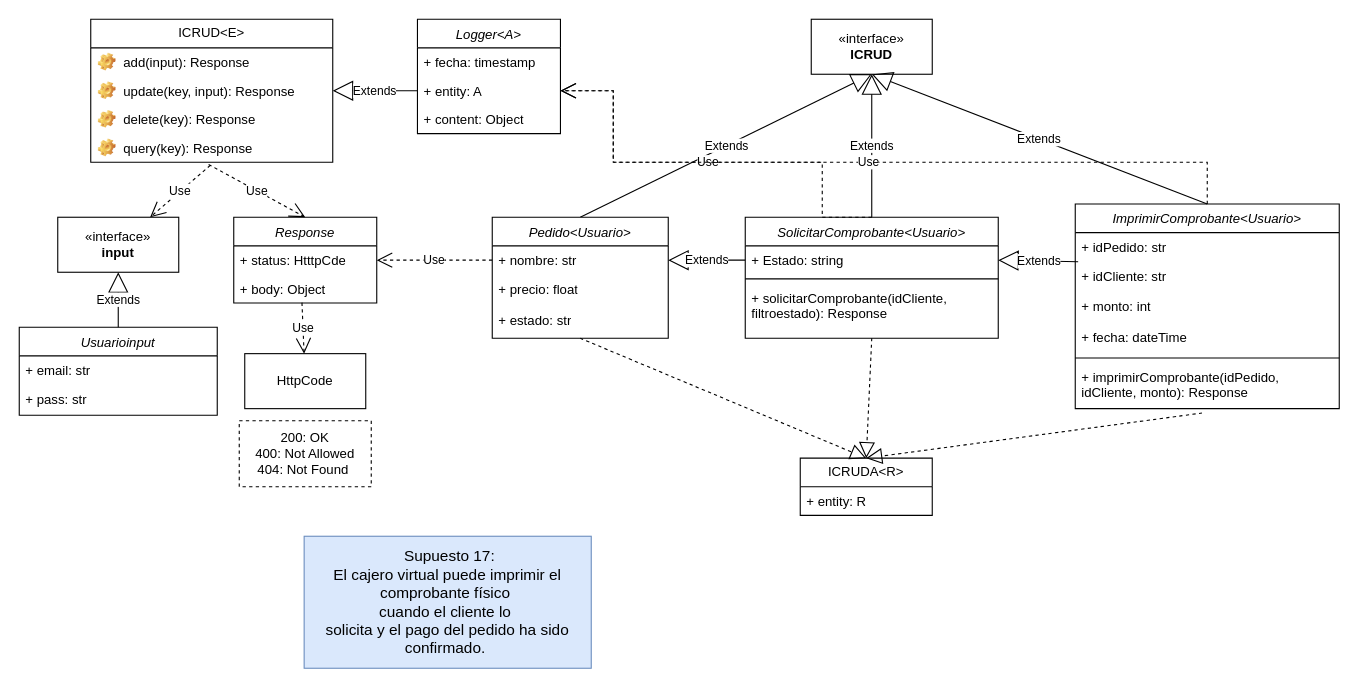
Above: Front-End_Sprint/Diagrama Supuesto17.drawio in Giggin-html/dwm4 (draw.io), before the change. Source tidied: cells renumbered, new cells numbered last; positions are measured from the earlier drawing's top-left corner, leaving out a move shared by most shapes. Both pictures are drawn from the tidied source at 110%, with x=0, y=0 at pixel (19, 19).
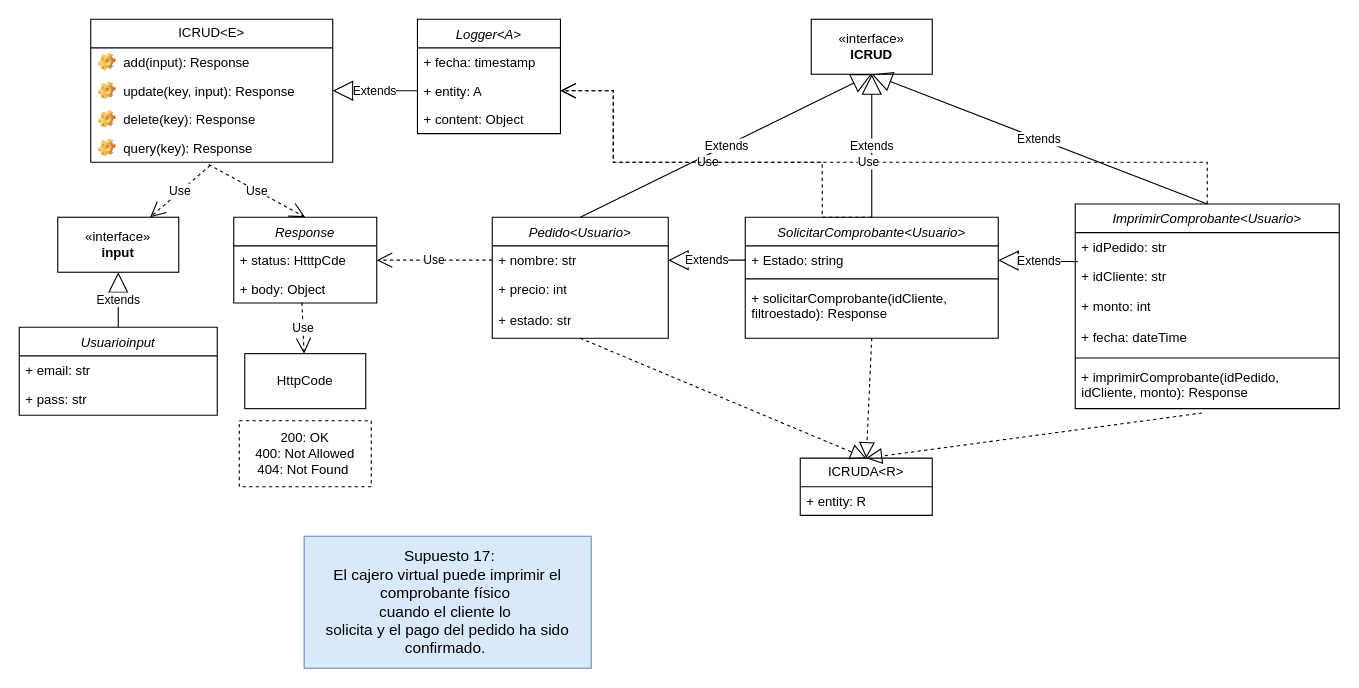
After the change.

Unchanged cells that the change refers to:
```xml
<mxCell id="45" value="Pedido&lt;Usuario&gt;" style="swimlane;fontStyle=2;align=center;verticalAlign=top;horizontal=1;startSize=26;rounded=0;shadow=0;strokeWidth=1;" parent="1" vertex="1">
  <mxGeometry x="430" y="180" width="160" height="110" as="geometry" />
</mxCell>
```

What changed in the source:
```diff
@@
-    <mxCell id="47" value="+ precio: float" style="text;strokeColor=none;fillColor=none;align=left;verticalAlign=top;spacingLeft=4;spacingRight=4;overflow=hidden;whiteSpace=wrap;html=1;" parent="45" vertex="1">
+    <mxCell id="47" value="+ precio: int" style="text;strokeColor=none;fillColor=none;align=left;verticalAlign=top;spacingLeft=4;spacingRight=4;overflow=hidden;whiteSpace=wrap;html=1;" parent="45" vertex="1">
       <mxGeometry y="52" width="160" height="28" as="geometry" />
     </mxCell>
```
